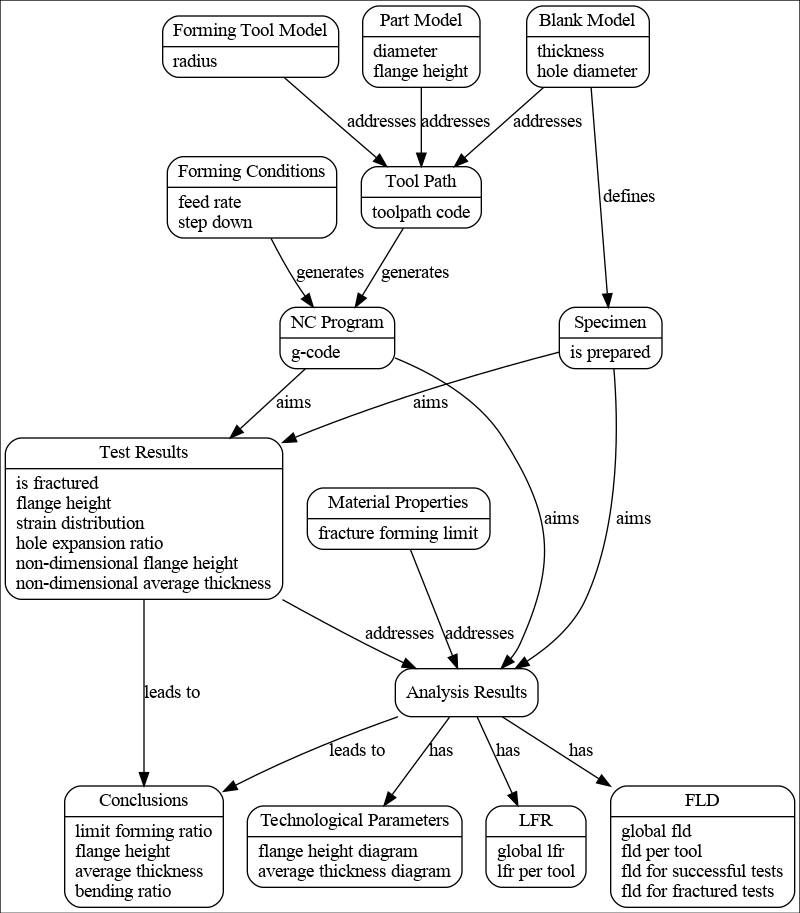
The Graphviz diagram Ontology_Layer/Data_Model/Data_Model.gv.png in ModelsforManufacturing/hole-flanging-by-SPIF-in-a-single-stage, before a commit. Its source is kept beside it as Ontology_Layer/Data_Model/Data_Model.gv.
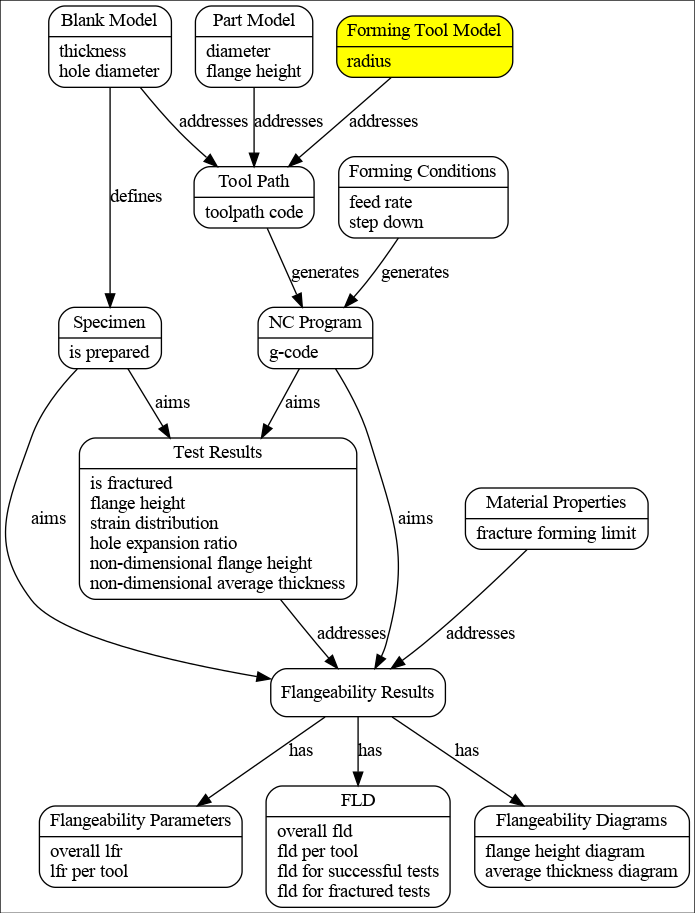
Later version of the same file.

Diff of the diagram source:
```diff
@@ -4,30 +4,29 @@
 
 blank [label="Blank Model"];
 part [label="Part Model"];
-tool [label="Forming Tool Model"];
 path [label="Tool Path"];
 cond [label="Forming Conditions"];
 prog [label="NC Program"];
 spec [label=Specimen];
-test [label="Test Results"];
 prop [label="Material Properties"];
-analy [label="Analysis Results"];
-lfr [label=LFR];
+tres [label="Test Results"];
+fres [label="Flangeability Results"];
+fpar [label="Flangeability Parameters"];
 fld [label=FLD];
-tech [label="Technological Parameters"];
-concl [label=Conclusions];
+fdia [label="Flangeability Diagrams"];
 
-analy -> {lfr, fld, tech} [label="has"];
+fres -> {fpar, fld, fdia} [label="has"];
 
-{blank, part, tool} -> path [label="addresses"]
+{blank, part} -> path [label="addresses"]
 {path, cond} -> prog [label="generates"]
 blank -> spec [label="defines"]
-{prog, spec} -> test [label="aims"]
-{prog, spec} -> analy [label="aims"]
-{test, prop} -> analy [label="addresses"]
-{test, analy} -> concl [label="leads to"]
+{prog, spec} -> tres [label="aims"]
+{prog, spec} -> fres [label="aims"]
+{tres, prop} -> fres [label="addresses"]
 
-node [fillcolor=yellow1]
+node [fillcolor=yellow]
+
+tool -> path [label="addresses"]
 
 blank [label="{Blank Model|thickness\lhole diameter\l}"];
 part [label="{Part Model|diameter\lflange height\l}"];
@@ -36,11 +35,10 @@
 cond [label="{Forming Conditions|feed rate\lstep down\l}"];
 prog [label="{NC Program|g-code\l}"];
 spec [label="{Specimen|is prepared\l}"];
-test [label="{Test Results|is fractured\lflange height\lstrain distribution\lhole expansion ratio\lnon-dimensional flange height\lnon-dimensional average thickness\l}"];
 prop [label="{Material Properties|fracture forming limit\l}"];
-lfr [label="{LFR|global lfr\llfr per tool\l}"];
-fld [label="{FLD|global fld\lfld per tool\lfld for successful tests\lfld for fractured tests\l}"];
-tech [label="{Technological Parameters|flange height diagram\laverage thickness diagram\l}"];
-concl [label="{Conclusions|limit forming ratio\lflange height\laverage thickness\lbending ratio\l}"];
+tres [label="{Test Results|is fractured\lflange height\lstrain distribution\lhole expansion ratio\lnon-dimensional flange height\lnon-dimensional average thickness\l}"];
+fpar [label="{Flangeability Parameters|overall lfr\llfr per tool\l}"];
+fld [label="{FLD|overall fld\lfld per tool\lfld for successful tests\lfld for fractured tests\l}"];
+fdia [label="{Flangeability Diagrams|flange height diagram\laverage thickness diagram\l}"];
 
 }
```
